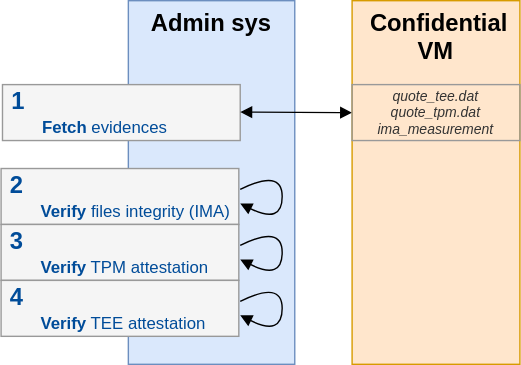
The draw.io diagram resources/images/confidential_vm_verification_flow.drawio.svg in Cosmian/cosmian_vm, before a commit. Source tidied: cells renumbered, new cells last; positions are measured from the earlier drawing's top-left corner, leaving out a move shared by most shapes. The source it was exported from:
```xml
<mxGraphModel>
  <root>
    <mxCell id="0" />
    <mxCell id="1" parent="0" />
    <mxCell id="2" value="&lt;div style=&quot;font-size: 17px;&quot;&gt;&lt;b&gt;Admin sys&lt;br&gt;&lt;/b&gt;&lt;/div&gt;" style="rounded=0;whiteSpace=wrap;html=1;strokeColor=#6c8ebf;fillColor=#dae8fc;verticalAlign=top;" parent="1" vertex="1">
      <mxGeometry x="91" width="119" height="260" as="geometry" />
    </mxCell>
    <mxCell id="3" value="&lt;font style=&quot;font-size: 17px;&quot;&gt;&lt;b&gt;&amp;nbsp;&lt;/b&gt;&lt;b&gt;Confidential VM&lt;br&gt;&lt;/b&gt;&lt;/font&gt;" style="rounded=0;whiteSpace=wrap;html=1;strokeColor=#d79b00;fillColor=#ffe6cc;verticalAlign=top;" parent="1" vertex="1">
      <mxGeometry x="251" width="120" height="260" as="geometry" />
    </mxCell>
    <mxCell id="4" value="&lt;div&gt;&lt;font color=&quot;#004c99&quot;&gt;&lt;b&gt;&lt;font style=&quot;font-size: 17px;&quot;&gt;&amp;nbsp;1&lt;/font&gt;&lt;/b&gt;&lt;/font&gt;&lt;/div&gt;&lt;div&gt;&lt;font color=&quot;#004c99&quot;&gt;&lt;span style=&quot;white-space: pre;&quot;&gt;&#9;&lt;/span&gt;&lt;b&gt;Fetch&lt;/b&gt; evidences&lt;br&gt;&lt;/font&gt;&lt;/div&gt;" style="rounded=0;whiteSpace=wrap;html=1;strokeColor=#999999;fillColor=#f5f5f5;fontColor=#333333;align=left;" parent="1" vertex="1">
      <mxGeometry x="1" y="60" width="170" height="40" as="geometry" />
    </mxCell>
    <mxCell id="5" value="&lt;font size=&quot;1&quot; color=&quot;#004c99&quot;&gt;&lt;b style=&quot;font-size: 17px;&quot;&gt;&amp;nbsp;2&lt;/b&gt;&lt;/font&gt;&lt;div&gt;&lt;font color=&quot;#004c99&quot;&gt;&lt;span style=&quot;white-space: pre;&quot;&gt;&#9;&lt;/span&gt;&lt;b&gt;Verify&lt;/b&gt; files integrity (IMA)&lt;br&gt;&lt;/font&gt;&lt;/div&gt;" style="rounded=0;whiteSpace=wrap;html=1;strokeColor=#999999;fillColor=#f5f5f5;fontColor=#333333;align=left;" parent="1" vertex="1">
      <mxGeometry y="120" width="170" height="40" as="geometry" />
    </mxCell>
    <mxCell id="6" value="&lt;font size=&quot;1&quot; color=&quot;#004c99&quot;&gt;&lt;b style=&quot;font-size: 17px;&quot;&gt;&amp;nbsp;3&lt;/b&gt;&lt;/font&gt;&lt;div&gt;&lt;font color=&quot;#004c99&quot;&gt;&lt;span style=&quot;white-space: pre;&quot;&gt;&#9;&lt;/span&gt;&lt;b&gt;Verify&lt;/b&gt; TPM attestation&lt;br&gt;&lt;/font&gt;&lt;/div&gt;" style="rounded=0;whiteSpace=wrap;html=1;strokeColor=#999999;fillColor=#f5f5f5;fontColor=#333333;align=left;" parent="1" vertex="1">
      <mxGeometry y="160" width="170" height="40" as="geometry" />
    </mxCell>
    <mxCell id="7" value="&lt;font size=&quot;1&quot; color=&quot;#004c99&quot;&gt;&lt;b style=&quot;font-size: 17px;&quot;&gt;&amp;nbsp;4&lt;/b&gt;&lt;/font&gt;&lt;div&gt;&lt;font color=&quot;#004c99&quot;&gt;&lt;span style=&quot;white-space: pre;&quot;&gt;&#9;&lt;/span&gt;&lt;b&gt;Verify&lt;/b&gt; TEE attestation&lt;br&gt;&lt;/font&gt;&lt;/div&gt;" style="rounded=0;whiteSpace=wrap;html=1;strokeColor=#999999;fillColor=#f5f5f5;fontColor=#333333;align=left;" parent="1" vertex="1">
      <mxGeometry y="200" width="170" height="40" as="geometry" />
    </mxCell>
    <mxCell id="8" style="endArrow=block;startArrow=block;html=1;rounded=0;startFill=1;endFill=1;fontColor=#4D4D4D;" parent="1" edge="1">
      <mxGeometry relative="1" as="geometry">
        <mxPoint x="171" y="79.6" as="sourcePoint" />
        <mxPoint x="251" y="80.1" as="targetPoint" />
      </mxGeometry>
    </mxCell>
    <mxCell id="9" value="&lt;div style=&quot;font-size: 10px;&quot;&gt;&lt;font style=&quot;font-size: 10px;&quot;&gt;quote_tee.dat&lt;/font&gt;&lt;/div&gt;&lt;div style=&quot;font-size: 10px;&quot;&gt;&lt;font style=&quot;font-size: 10px;&quot;&gt;quote_tpm.dat&lt;/font&gt;&lt;/div&gt;&lt;div style=&quot;font-size: 10px;&quot;&gt;&lt;font style=&quot;font-size: 10px;&quot;&gt;ima_measurement&lt;br style=&quot;font-size: 10px;&quot;&gt;&lt;/font&gt;&lt;/div&gt;" style="rounded=0;whiteSpace=wrap;html=1;strokeColor=#999999;fillColor=none;fontColor=#333333;align=center;fontStyle=2;fontSize=10;" parent="1" vertex="1">
      <mxGeometry x="251" y="60" width="120" height="40" as="geometry" />
    </mxCell>
    <mxCell id="10" style="curved=1;endArrow=none;html=1;rounded=0;startArrow=block;startFill=1;endFill=0;" parent="1" edge="1">
      <mxGeometry relative="1" as="geometry">
        <mxPoint x="171" y="225" as="sourcePoint" />
        <mxPoint x="171" y="215" as="targetPoint" />
        <Array as="points">
          <mxPoint x="201" y="240" />
          <mxPoint x="201" y="200" />
        </Array>
      </mxGeometry>
    </mxCell>
    <mxCell id="11" style="curved=1;endArrow=none;html=1;rounded=0;startArrow=block;startFill=1;endFill=0;" parent="1" edge="1">
      <mxGeometry relative="1" as="geometry">
        <mxPoint x="171" y="185" as="sourcePoint" />
        <mxPoint x="171" y="175" as="targetPoint" />
        <Array as="points">
          <mxPoint x="201" y="200" />
          <mxPoint x="201" y="160" />
        </Array>
      </mxGeometry>
    </mxCell>
    <mxCell id="12" style="curved=1;endArrow=none;html=1;rounded=0;startArrow=block;startFill=1;endFill=0;" parent="1" edge="1">
      <mxGeometry relative="1" as="geometry">
        <mxPoint x="171" y="145" as="sourcePoint" />
        <mxPoint x="171" y="135" as="targetPoint" />
        <Array as="points">
          <mxPoint x="201" y="160" />
          <mxPoint x="201" y="120" />
        </Array>
      </mxGeometry>
    </mxCell>
  </root>
</mxGraphModel>
```
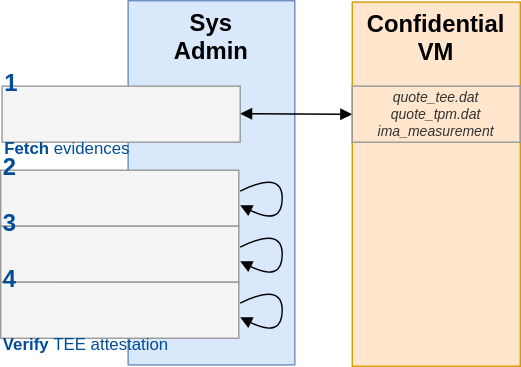
Later version of the same file.

Commit message:
:pencil2: typo Admin Sys

Diff of the diagram source:
```diff
@@ -2,8 +2,8 @@
   <root>
     <mxCell id="0" />
     <mxCell id="1" parent="0" />
-    <mxCell id="2" value="&lt;div style=&quot;font-size: 17px;&quot;&gt;&lt;b&gt;Admin sys&lt;br&gt;&lt;/b&gt;&lt;/div&gt;" style="rounded=0;whiteSpace=wrap;html=1;strokeColor=#6c8ebf;fillColor=#dae8fc;verticalAlign=top;" parent="1" vertex="1">
-      <mxGeometry x="91" width="119" height="260" as="geometry" />
+    <mxCell id="2" value="&lt;div style=&quot;font-size: 17px;&quot;&gt;&lt;b&gt;Sys&lt;/b&gt;&lt;/div&gt;&lt;b style=&quot;font-size: 17px;&quot;&gt;Admin&lt;/b&gt;" style="rounded=0;whiteSpace=wrap;html=1;strokeColor=#6c8ebf;fillColor=#dae8fc;verticalAlign=top;" parent="1" vertex="1">
+      <mxGeometry x="91" y="-1" width="119" height="260" as="geometry" />
     </mxCell>
     <mxCell id="3" value="&lt;font style=&quot;font-size: 17px;&quot;&gt;&lt;b&gt;&amp;nbsp;&lt;/b&gt;&lt;b&gt;Confidential VM&lt;br&gt;&lt;/b&gt;&lt;/font&gt;" style="rounded=0;whiteSpace=wrap;html=1;strokeColor=#d79b00;fillColor=#ffe6cc;verticalAlign=top;" parent="1" vertex="1">
       <mxGeometry x="251" width="120" height="260" as="geometry" />
```
